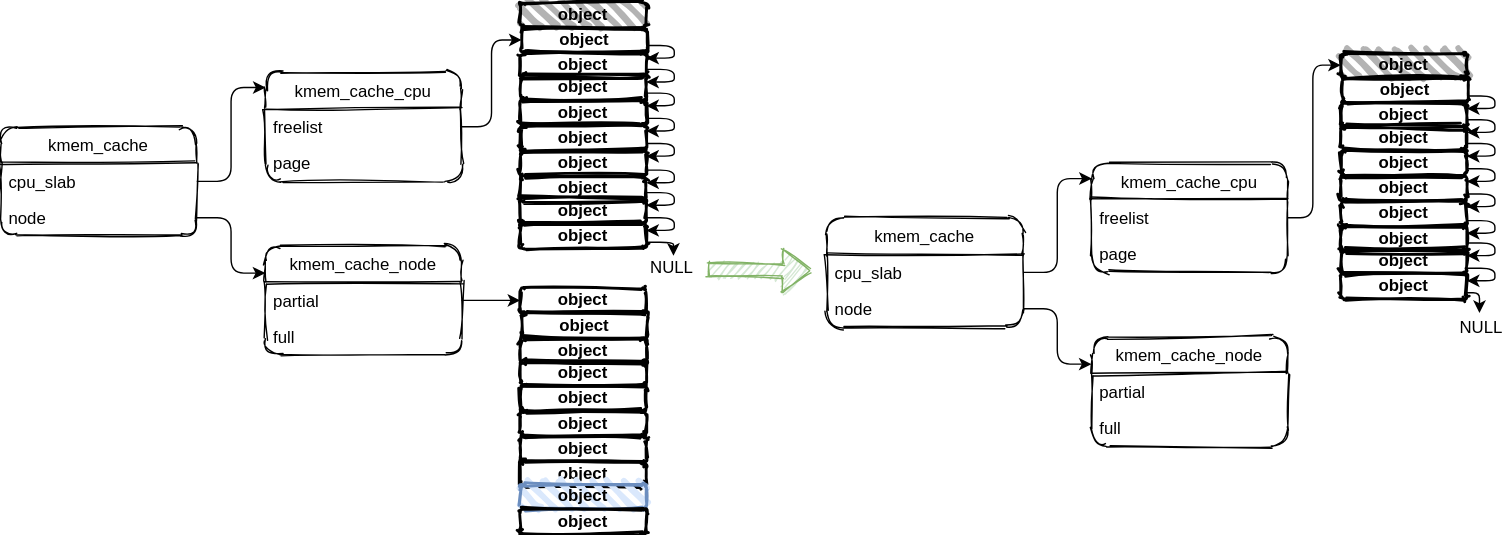
vernon2gh/note keeps this draw.io diagram as linux-2.x/slub/pic/free_node_partial_idle.svg. Above is the earlier version. Source tidied: cells renumbered, new cells last; positions are measured from the earlier drawing's top-left corner, leaving out a move shared by most shapes.
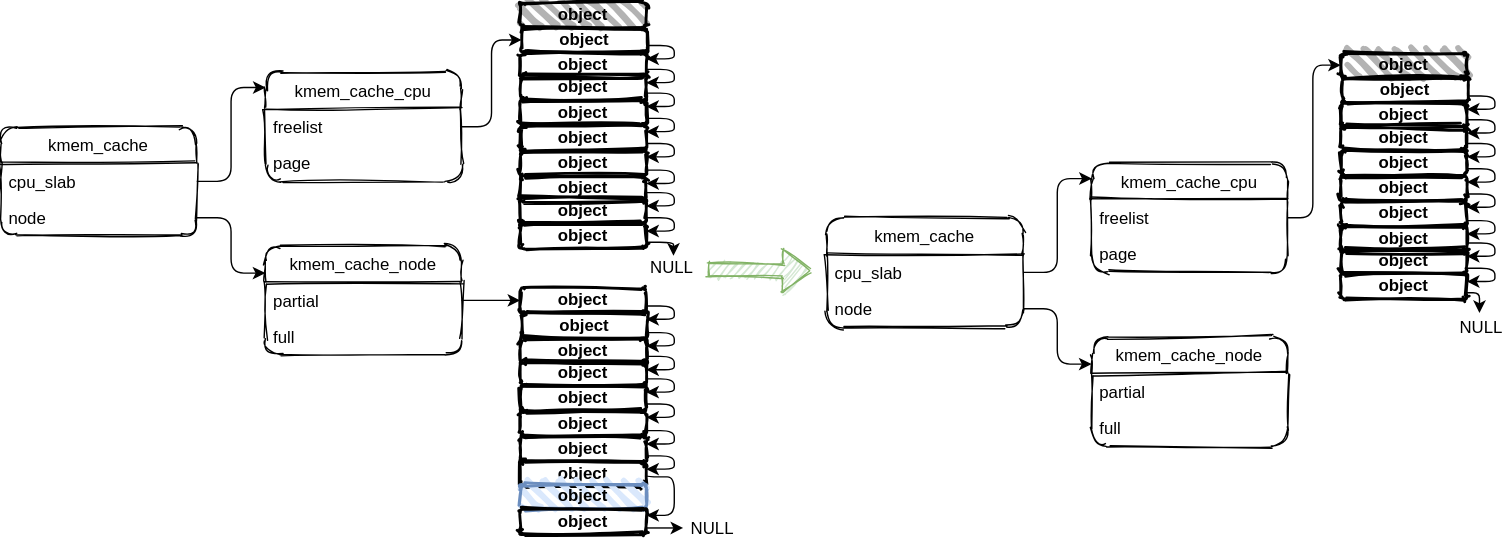
Above is the later version.

The edit, as a diff of the source:
```diff
@@ -128,12 +128,24 @@
     <mxCell id="43" value="&lt;span&gt;&lt;b&gt;object&lt;/b&gt;&lt;/span&gt;" style="rounded=1;whiteSpace=wrap;html=1;strokeWidth=2;fillWeight=4;hachureGap=8;hachureAngle=45;sketch=1;glass=0;shadow=0;fillColor=none;" parent="1" vertex="1">
       <mxGeometry x="371" y="310" width="90" height="18" as="geometry" />
     </mxCell>
+    <mxCell id="78" style="edgeStyle=orthogonalEdgeStyle;rounded=1;jettySize=auto;html=1;exitX=1;exitY=0.5;exitDx=0;exitDy=0;entryX=1;entryY=0.25;entryDx=0;entryDy=0;" parent="1" edge="1" source="44" target="46">
+      <mxGeometry relative="1" as="geometry">
+        <Array as="points">
+          <mxPoint x="461" y="339" />
+          <mxPoint x="481" y="339" />
+          <mxPoint x="481" y="367" />
+        </Array>
+      </mxGeometry>
+    </mxCell>
     <mxCell id="44" value="&lt;span&gt;&lt;b&gt;object&lt;/b&gt;&lt;/span&gt;" style="rounded=1;whiteSpace=wrap;html=1;strokeWidth=2;fillWeight=4;hachureGap=8;hachureAngle=45;sketch=1;glass=0;shadow=0;fillColor=none;" parent="1" vertex="1">
       <mxGeometry x="371" y="328" width="90" height="18" as="geometry" />
     </mxCell>
     <mxCell id="45" value="&lt;span&gt;&lt;b&gt;object&lt;/b&gt;&lt;/span&gt;" style="rounded=1;whiteSpace=wrap;html=1;strokeWidth=2;fillWeight=4;hachureGap=8;hachureAngle=45;sketch=1;glass=0;shadow=0;fillColor=#dae8fc;strokeColor=#6c8ebf;" parent="1" vertex="1">
       <mxGeometry x="371" y="344" width="90" height="18" as="geometry" />
     </mxCell>
+    <mxCell id="79" style="edgeStyle=orthogonalEdgeStyle;rounded=1;jettySize=auto;html=1;exitX=1;exitY=0.75;exitDx=0;exitDy=0;entryX=0.008;entryY=0.489;entryDx=0;entryDy=0;entryPerimeter=0;" parent="1" edge="1" source="46" target="87">
+      <mxGeometry relative="1" as="geometry" />
+    </mxCell>
     <mxCell id="46" value="&lt;span&gt;&lt;b&gt;object&lt;/b&gt;&lt;/span&gt;" style="rounded=1;whiteSpace=wrap;html=1;strokeWidth=2;fillWeight=4;hachureGap=8;hachureAngle=45;sketch=1;glass=0;shadow=0;fillColor=none;" parent="1" vertex="1">
       <mxGeometry x="371" y="362" width="90" height="18" as="geometry" />
     </mxCell>
@@ -366,5 +378,85 @@
     <mxCell id="77" value="NULL" style="text;html=1;align=center;verticalAlign=middle;points=[];" parent="1" vertex="1">
       <mxGeometry x="1036" y="223" width="42" height="19" as="geometry" />
     </mxCell>
+    <mxCell id="80" style="edgeStyle=orthogonalEdgeStyle;rounded=1;orthogonalLoop=1;jettySize=auto;html=1;exitX=1;exitY=0.75;exitDx=0;exitDy=0;entryX=1;entryY=0.25;entryDx=0;entryDy=0;strokeWidth=1;jumpStyle=none;jumpSize=1;" parent="1" edge="1">
+      <mxGeometry relative="1" as="geometry">
+        <mxPoint x="461" y="217" as="sourcePoint" />
+        <mxPoint x="461" y="226" as="targetPoint" />
+        <Array as="points">
+          <mxPoint x="481" y="217.5" />
+          <mxPoint x="481" y="226.5" />
+          <mxPoint x="461" y="226.5" />
+        </Array>
+      </mxGeometry>
+    </mxCell>
+    <mxCell id="81" style="edgeStyle=orthogonalEdgeStyle;rounded=1;orthogonalLoop=1;jettySize=auto;html=1;exitX=1;exitY=0.75;exitDx=0;exitDy=0;entryX=1;entryY=0.25;entryDx=0;entryDy=0;strokeWidth=1;jumpStyle=none;jumpSize=1;" parent="1" edge="1">
+      <mxGeometry relative="1" as="geometry">
+        <mxPoint x="461" y="236" as="sourcePoint" />
+        <mxPoint x="461" y="245" as="targetPoint" />
+        <Array as="points">
+          <mxPoint x="481" y="236.5" />
+          <mxPoint x="481" y="245.5" />
+          <mxPoint x="461" y="245.5" />
+        </Array>
+      </mxGeometry>
+    </mxCell>
+    <mxCell id="82" style="edgeStyle=orthogonalEdgeStyle;rounded=1;orthogonalLoop=1;jettySize=auto;html=1;exitX=1;exitY=0.75;exitDx=0;exitDy=0;entryX=1;entryY=0.25;entryDx=0;entryDy=0;strokeWidth=1;jumpStyle=none;jumpSize=1;" parent="1" edge="1">
+      <mxGeometry relative="1" as="geometry">
+        <mxPoint x="461" y="253" as="sourcePoint" />
+        <mxPoint x="461" y="262" as="targetPoint" />
+        <Array as="points">
+          <mxPoint x="481" y="253.5" />
+          <mxPoint x="481" y="262.5" />
+          <mxPoint x="461" y="262.5" />
+        </Array>
+      </mxGeometry>
+    </mxCell>
+    <mxCell id="83" style="edgeStyle=orthogonalEdgeStyle;rounded=1;orthogonalLoop=1;jettySize=auto;html=1;exitX=1;exitY=0.75;exitDx=0;exitDy=0;entryX=1;entryY=0.25;entryDx=0;entryDy=0;strokeWidth=1;jumpStyle=none;jumpSize=1;" parent="1" edge="1">
+      <mxGeometry relative="1" as="geometry">
+        <mxPoint x="461" y="269" as="sourcePoint" />
+        <mxPoint x="461" y="278" as="targetPoint" />
+        <Array as="points">
+          <mxPoint x="481" y="269.5" />
+          <mxPoint x="481" y="278.5" />
+          <mxPoint x="461" y="278.5" />
+        </Array>
+      </mxGeometry>
+    </mxCell>
+    <mxCell id="84" style="edgeStyle=orthogonalEdgeStyle;rounded=1;orthogonalLoop=1;jettySize=auto;html=1;exitX=1;exitY=0.75;exitDx=0;exitDy=0;entryX=1;entryY=0.25;entryDx=0;entryDy=0;strokeWidth=1;jumpStyle=none;jumpSize=1;" parent="1" edge="1">
+      <mxGeometry relative="1" as="geometry">
+        <mxPoint x="461" y="287" as="sourcePoint" />
+        <mxPoint x="461" y="296" as="targetPoint" />
+        <Array as="points">
+          <mxPoint x="481" y="287.5" />
+          <mxPoint x="481" y="296.5" />
+          <mxPoint x="461" y="296.5" />
+        </Array>
+      </mxGeometry>
+    </mxCell>
+    <mxCell id="85" style="edgeStyle=orthogonalEdgeStyle;rounded=1;orthogonalLoop=1;jettySize=auto;html=1;exitX=1;exitY=0.75;exitDx=0;exitDy=0;entryX=1;entryY=0.25;entryDx=0;entryDy=0;strokeWidth=1;jumpStyle=none;jumpSize=1;" parent="1" edge="1">
+      <mxGeometry relative="1" as="geometry">
+        <mxPoint x="461" y="306" as="sourcePoint" />
+        <mxPoint x="461" y="315" as="targetPoint" />
+        <Array as="points">
+          <mxPoint x="481" y="306.5" />
+          <mxPoint x="481" y="315.5" />
+          <mxPoint x="461" y="315.5" />
+        </Array>
+      </mxGeometry>
+    </mxCell>
+    <mxCell id="86" style="edgeStyle=orthogonalEdgeStyle;rounded=1;orthogonalLoop=1;jettySize=auto;html=1;exitX=1;exitY=0.75;exitDx=0;exitDy=0;entryX=1;entryY=0.25;entryDx=0;entryDy=0;strokeWidth=1;jumpStyle=none;jumpSize=1;" parent="1" edge="1">
+      <mxGeometry relative="1" as="geometry">
+        <mxPoint x="461" y="324" as="sourcePoint" />
+        <mxPoint x="461" y="333" as="targetPoint" />
+        <Array as="points">
+          <mxPoint x="481" y="324.5" />
+          <mxPoint x="481" y="333.5" />
+          <mxPoint x="461" y="333.5" />
+        </Array>
+      </mxGeometry>
+    </mxCell>
+    <mxCell id="87" value="NULL" style="text;html=1;align=center;verticalAlign=middle;points=[];" parent="1" vertex="1">
+      <mxGeometry x="487" y="366" width="42" height="19" as="geometry" />
+    </mxCell>
   </root>
 </mxGraphModel>
```
